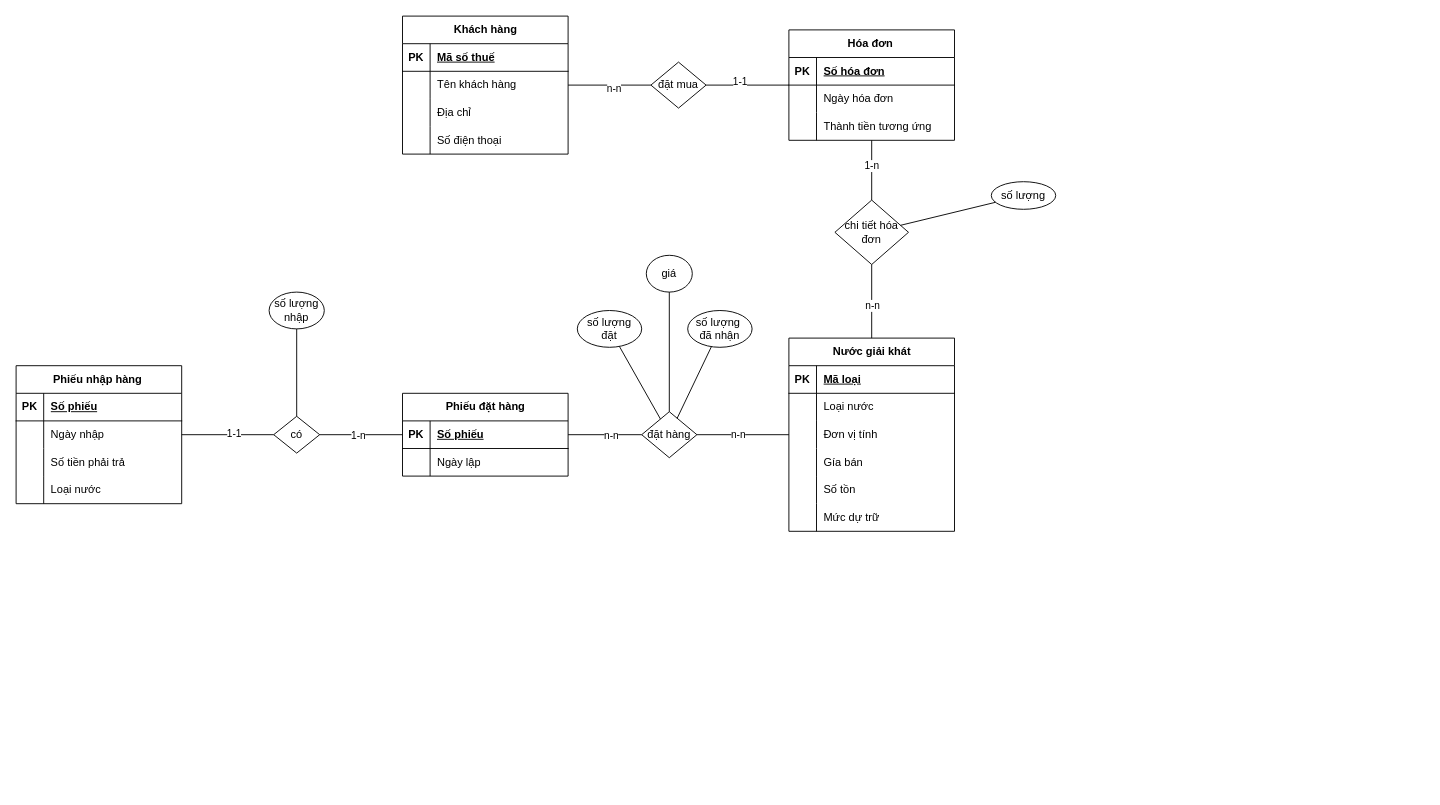
Above: page "LAB2_2" (2 of 4) of Database Diagram Practice.drawio in DatOneGuyL/DBMS_Exercises (draw.io), before the change. Source tidied: cells renumbered, new cells numbered last; positions are measured from the earlier drawing's top-left corner, leaving out a move shared by most shapes. Both pictures are drawn from the tidied source at 92%, with x=0, y=0 at pixel (16, 16).
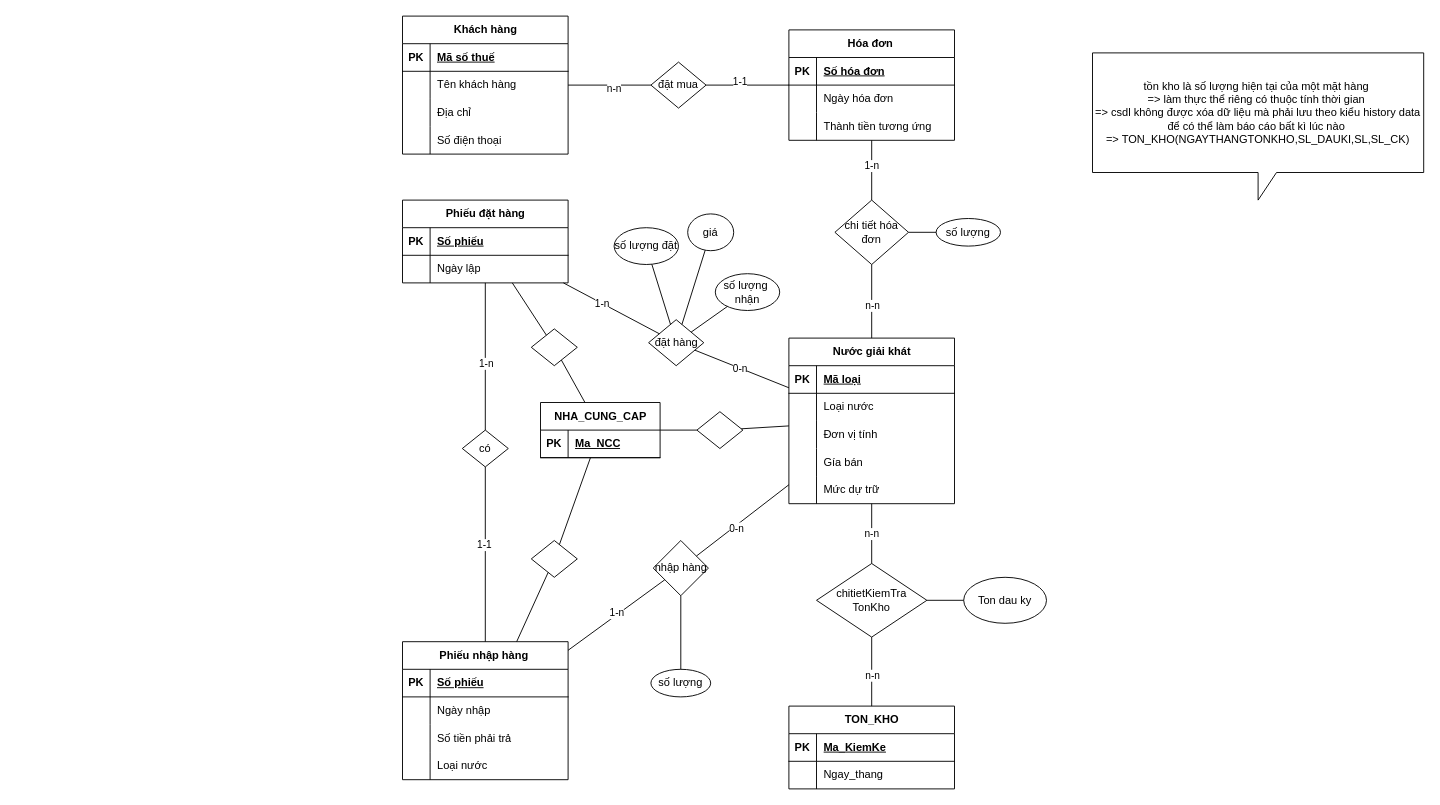
Above is the later version.

The change refers to these unchanged cells:
```xml
<mxCell id="77" style="endArrow=none;html=1;rounded=0;" parent="1" edge="1" source="56" target="76">
  <mxGeometry relative="1" as="geometry" />
</mxCell>
<mxCell id="79" style="endArrow=none;html=1;rounded=0;" parent="1" edge="1" source="76" target="2">
  <mxGeometry relative="1" as="geometry" />
</mxCell>
```

What changed in the source:
```diff
@@
     <mxCell id="2" value="Nước giải khát" style="shape=table;startSize=30;childLayout=tableLayout;rowLines=0;fontStyle=1;align=center;html=1;" parent="1" vertex="1">
-      <mxGeometry x="840" y="350" width="180" height="210" as="geometry" />
+      <mxGeometry x="840" y="350" width="180" height="180" as="geometry" />
     </mxCell>
@@
-    <mxCell id="15" style="shape=tableRow;horizontal=0;startSize=0;swimlaneHead=0;swimlaneBody=0;fillColor=none;top=0;left=0;right=0;bottom=0;" parent="2" vertex="1">
-      <mxGeometry y="150" width="180" height="30" as="geometry" />
-    </mxCell>
-    <mxCell id="16" style="shape=partialRectangle;fillColor=none;top=0;left=0;bottom=0;right=0;overflow=hidden;whiteSpace=wrap;html=1;" parent="15" vertex="1">
-      <mxGeometry width="30" height="30" as="geometry" />
-    </mxCell>
-    <mxCell id="17" value="Số tồn" style="shape=partialRectangle;fillColor=none;top=0;left=0;bottom=0;right=0;align=left;spacingLeft=6;overflow=hidden;whiteSpace=wrap;html=1;" parent="15" vertex="1">
-      <mxGeometry x="30" width="150" height="30" as="geometry" />
-    </mxCell>
     <mxCell id="18" style="shape=tableRow;horizontal=0;startSize=0;swimlaneHead=0;swimlaneBody=0;fillColor=none;top=0;left=0;right=0;bottom=0;" parent="2" vertex="1">
-      <mxGeometry y="180" width="180" height="30" as="geometry" />
+      <mxGeometry y="150" width="180" height="30" as="geometry" />
     </mxCell>
@@
     <mxCell id="54" value="số lượng" style="ellipse;whiteSpace=wrap;html=1;" parent="1" vertex="1">
-      <mxGeometry x="1060" y="180" width="70" height="30" as="geometry" />
+      <mxGeometry x="1000" y="220" width="70" height="30" as="geometry" />
     </mxCell>
@@
     <mxCell id="56" value="Phiếu đặt hàng" style="shape=table;startSize=30;childLayout=tableLayout;rowLines=0;fontStyle=1;align=center;html=1;" parent="1" vertex="1">
-      <mxGeometry x="420" y="410" width="180" height="90" as="geometry" />
+      <mxGeometry x="420" y="200" width="180" height="90" as="geometry" />
     </mxCell>
@@
     <mxCell id="63" value="Phiếu nhập hàng&amp;nbsp;" style="shape=table;startSize=30;childLayout=tableLayout;rowLines=0;fontStyle=1;align=center;html=1;" parent="1" vertex="1">
-      <mxGeometry y="380" width="180" height="150" as="geometry" />
+      <mxGeometry x="420" y="680" width="180" height="150" as="geometry" />
     </mxCell>
@@
     <mxCell id="76" value="đặt hàng" style="shape=rhombus;html=1;dashed=0;whiteSpace=wrap;perimeter=rhombusPerimeter;" parent="1" vertex="1">
-      <mxGeometry x="680" y="430" width="60" height="50" as="geometry" />
+      <mxGeometry x="687.5" y="330" width="60" height="50" as="geometry" />
     </mxCell>
@@
-    <mxCell id="78" value="n-n" style="edgeLabel;html=1;align=center;verticalAlign=middle;" parent="77" vertex="1">
-      <mxGeometry x="0.16" relative="1" as="geometry" />
-    </mxCell>
+    <mxCell id="94" value="1-n" style="edgeLabel;html=1;align=center;verticalAlign=middle;" parent="77" vertex="1">
+      <mxGeometry x="-0.2" relative="1" as="geometry" />
+    </mxCell>
@@
-    <mxCell id="80" value="n-n" style="edgeLabel;html=1;align=center;verticalAlign=middle;" parent="79" vertex="1">
-      <mxGeometry x="-0.13" y="1" relative="1" as="geometry" />
-    </mxCell>
+    <mxCell id="95" value="0-n" style="edgeLabel;html=1;align=center;verticalAlign=middle;" parent="79" vertex="1">
+      <mxGeometry x="-0.06" relative="1" as="geometry" />
+    </mxCell>
     <mxCell id="81" value="có" style="shape=rhombus;html=1;dashed=0;whiteSpace=wrap;perimeter=rhombusPerimeter;" parent="1" vertex="1">
-      <mxGeometry x="280" y="435" width="50" height="40" as="geometry" />
+      <mxGeometry x="485" y="450" width="50" height="40" as="geometry" />
     </mxCell>
@@
-    <mxCell id="86" value="số lượng&lt;div&gt;nhập&lt;/div&gt;" style="ellipse;whiteSpace=wrap;html=1;" parent="1" vertex="1">
-      <mxGeometry x="275" y="300" width="60" height="40" as="geometry" />
-    </mxCell>
-    <mxCell id="87" style="endArrow=none;html=1;rounded=0;" parent="1" edge="1" source="86" target="81">
-      <mxGeometry relative="1" as="geometry" />
-    </mxCell>
-    <mxCell id="88" value="số lượng&lt;div&gt;đặt&lt;/div&gt;" style="ellipse;whiteSpace=wrap;html=1;" parent="1" vertex="1">
-      <mxGeometry x="610" y="320" width="70" height="40" as="geometry" />
-    </mxCell>
-    <mxCell id="89" style="endArrow=none;html=1;rounded=0;" parent="1" edge="1" source="76" target="88">
-      <mxGeometry relative="1" as="geometry" />
-    </mxCell>
-    <mxCell id="90" value="số lượng&amp;nbsp;&lt;div&gt;đã nhận&lt;/div&gt;" style="ellipse;whiteSpace=wrap;html=1;" parent="1" vertex="1">
-      <mxGeometry x="730" y="320" width="70" height="40" as="geometry" />
+    <mxCell id="90" value="số lượng&amp;nbsp;&lt;div&gt;nhận&lt;/div&gt;" style="ellipse;whiteSpace=wrap;html=1;" parent="1" vertex="1">
+      <mxGeometry x="760" y="280" width="70" height="40" as="geometry" />
     </mxCell>
@@
     <mxCell id="92" value="giá" style="ellipse;whiteSpace=wrap;html=1;" parent="1" vertex="1">
-      <mxGeometry x="685" y="260" width="50" height="40" as="geometry" />
+      <mxGeometry x="730" y="215" width="50" height="40" as="geometry" />
     </mxCell>
@@
+    <mxCell id="96" value="nhập hàng" style="rhombus;whiteSpace=wrap;html=1;" parent="1" vertex="1">
+      <mxGeometry x="692.5" y="570" width="60" height="60" as="geometry" />
+    </mxCell>
+    <mxCell id="97" style="endArrow=none;html=1;rounded=0;" parent="1" edge="1" source="96" target="2">
+      <mxGeometry relative="1" as="geometry" />
+    </mxCell>
+    <mxCell id="98" value="0-n" style="edgeLabel;html=1;align=center;verticalAlign=middle;" parent="97" vertex="1">
+      <mxGeometry x="-0.16" y="-2" relative="1" as="geometry" />
+    </mxCell>
+    <mxCell id="99" style="endArrow=none;html=1;rounded=0;" parent="1" edge="1" source="63" target="96">
+      <mxGeometry relative="1" as="geometry" />
+    </mxCell>
+    <mxCell id="100" value="1-n" style="edgeLabel;html=1;align=center;verticalAlign=middle;" parent="99" vertex="1">
+      <mxGeometry x="0.03" y="2" relative="1" as="geometry" />
+    </mxCell>
+    <mxCell id="88" value="số lượng đặt" style="ellipse;whiteSpace=wrap;html=1;" parent="1" vertex="1">
+      <mxGeometry x="650" y="230" width="70" height="40" as="geometry" />
+    </mxCell>
+    <mxCell id="89" style="endArrow=none;html=1;rounded=0;" parent="1" edge="1" source="76" target="88">
+      <mxGeometry relative="1" as="geometry" />
+    </mxCell>
+    <mxCell id="101" value="số lượng" style="ellipse;whiteSpace=wrap;html=1;" parent="1" vertex="1">
+      <mxGeometry x="690" y="710" width="65" height="30" as="geometry" />
+    </mxCell>
+    <mxCell id="102" style="endArrow=none;html=1;rounded=0;" parent="1" edge="1" source="101" target="96">
+      <mxGeometry relative="1" as="geometry" />
+    </mxCell>
+    <mxCell id="103" value="tồn kho là số lượng hiện tại của một mặt hàng&amp;nbsp;&lt;div&gt;=&amp;gt; làm thực thể riêng có thuộc tính thời gian&amp;nbsp;&lt;br&gt;=&amp;gt; csdl không được xóa dữ liệu mà phải lưu theo kiểu history data để có thể làm báo cáo bất kì lúc nào&amp;nbsp;&lt;/div&gt;&lt;div&gt;=&amp;gt; TON_KHO(NGAYTHANGTONKHO,SL_DAUKI,SL,SL_CK)&lt;/div&gt;" style="shape=callout;whiteSpace=wrap;html=1;perimeter=calloutPerimeter;" parent="1" vertex="1">
+      <mxGeometry x="1170" y="40" width="360" height="160" as="geometry" />
+    </mxCell>
+    <mxCell id="104" value="TON_KHO" style="shape=table;startSize=30;childLayout=tableLayout;rowLines=0;fontStyle=1;align=center;html=1;" parent="1" vertex="1">
+      <mxGeometry x="840" y="750" width="180" height="90" as="geometry" />
+    </mxCell>
+    <mxCell id="105" style="shape=tableRow;horizontal=0;startSize=0;swimlaneHead=0;swimlaneBody=0;fillColor=none;top=0;left=0;right=0;bottom=1;" parent="104" vertex="1">
+      <mxGeometry y="30" width="180" height="30" as="geometry" />
+    </mxCell>
+    <mxCell id="106" value="PK" style="shape=partialRectangle;fillColor=none;top=0;left=0;bottom=0;right=0;fontStyle=1;overflow=hidden;whiteSpace=wrap;html=1;" parent="105" vertex="1">
+      <mxGeometry width="30" height="30" as="geometry" />
+    </mxCell>
+    <mxCell id="107" value="Ma_KiemKe" style="shape=partialRectangle;fillColor=none;top=0;left=0;bottom=0;right=0;align=left;spacingLeft=6;fontStyle=5;overflow=hidden;whiteSpace=wrap;html=1;" parent="105" vertex="1">
+      <mxGeometry x="30" width="150" height="30" as="geometry" />
+    </mxCell>
+    <mxCell id="108" style="shape=tableRow;horizontal=0;startSize=0;swimlaneHead=0;swimlaneBody=0;fillColor=none;top=0;left=0;right=0;bottom=0;" parent="104" vertex="1">
+      <mxGeometry y="60" width="180" height="30" as="geometry" />
+    </mxCell>
+    <mxCell id="16" style="shape=partialRectangle;fillColor=none;top=0;left=0;bottom=0;right=0;overflow=hidden;whiteSpace=wrap;html=1;" parent="108" vertex="1">
+      <mxGeometry width="30" height="30" as="geometry" />
+    </mxCell>
+    <mxCell id="109" value="Ngay_thang" style="shape=partialRectangle;fillColor=none;top=0;left=0;bottom=0;right=0;align=left;spacingLeft=6;overflow=hidden;whiteSpace=wrap;html=1;" parent="108" vertex="1">
+      <mxGeometry x="30" width="150" height="30" as="geometry" />
+    </mxCell>
+    <mxCell id="110" value="chitietKiemTra&lt;div&gt;TonKho&lt;/div&gt;" style="shape=rhombus;html=1;dashed=0;whiteSpace=wrap;perimeter=rhombusPerimeter;" parent="1" vertex="1">
+      <mxGeometry x="870" y="595" width="120" height="80" as="geometry" />
+    </mxCell>
+    <mxCell id="111" style="endArrow=none;html=1;rounded=0;" parent="1" edge="1" source="110" target="2">
+      <mxGeometry relative="1" as="geometry" />
+    </mxCell>
+    <mxCell id="112" value="n-n" style="edgeLabel;html=1;align=center;verticalAlign=middle;" parent="111" vertex="1">
+      <mxGeometry x="0.03" y="1" relative="1" as="geometry" />
+    </mxCell>
+    <mxCell id="113" style="endArrow=none;html=1;rounded=0;" parent="1" edge="1" source="104" target="110">
+      <mxGeometry relative="1" as="geometry" />
+    </mxCell>
+    <mxCell id="114" value="n-n" style="edgeLabel;html=1;align=center;verticalAlign=middle;" parent="113" vertex="1">
+      <mxGeometry x="-0.09" relative="1" as="geometry" />
+    </mxCell>
+    <mxCell id="115" value="Ton dau ky" style="ellipse;whiteSpace=wrap;html=1;" parent="1" vertex="1">
+      <mxGeometry x="1030" y="610" width="90" height="50" as="geometry" />
+    </mxCell>
+    <mxCell id="116" style="endArrow=none;html=1;rounded=0;" parent="1" edge="1" source="110" target="115">
+      <mxGeometry relative="1" as="geometry" />
+    </mxCell>
+    <mxCell id="117" value="NHA_CUNG_CAP" style="shape=table;startSize=30;childLayout=tableLayout;rowLines=0;fontStyle=1;align=center;html=1;" parent="1" vertex="1">
+      <mxGeometry x="570" y="420" width="130" height="60" as="geometry" />
+    </mxCell>
+    <mxCell id="118" style="shape=tableRow;horizontal=0;startSize=0;swimlaneHead=0;swimlaneBody=0;fillColor=none;top=0;left=0;right=0;bottom=1;" parent="117" vertex="1">
+      <mxGeometry y="30" width="130" height="30" as="geometry" />
+    </mxCell>
+    <mxCell id="119" value="PK" style="shape=partialRectangle;fillColor=none;top=0;left=0;bottom=0;right=0;fontStyle=1;overflow=hidden;whiteSpace=wrap;html=1;" parent="118" vertex="1">
+      <mxGeometry width="30" height="30" as="geometry" />
+    </mxCell>
+    <mxCell id="120" value="Ma_NCC" style="shape=partialRectangle;fillColor=none;top=0;left=0;bottom=0;right=0;align=left;spacingLeft=6;fontStyle=5;overflow=hidden;whiteSpace=wrap;html=1;" parent="118" vertex="1">
+      <mxGeometry x="30" width="100" height="30" as="geometry" />
+    </mxCell>
+    <mxCell id="121" style="rhombus;whiteSpace=wrap;html=1;" parent="1" vertex="1">
+      <mxGeometry x="560" y="340" width="50" height="40" as="geometry" />
+    </mxCell>
+    <mxCell id="122" style="rhombus;whiteSpace=wrap;html=1;" parent="1" vertex="1">
+      <mxGeometry x="560" y="570" width="50" height="40" as="geometry" />
+    </mxCell>
+    <mxCell id="123" style="rhombus;whiteSpace=wrap;html=1;" parent="1" vertex="1">
+      <mxGeometry x="740" y="430" width="50" height="40" as="geometry" />
+    </mxCell>
+    <mxCell id="124" style="endArrow=none;html=1;rounded=0;" parent="1" edge="1" source="122" target="117">
+      <mxGeometry relative="1" as="geometry" />
+    </mxCell>
+    <mxCell id="125" style="endArrow=none;html=1;rounded=0;" parent="1" edge="1" source="117" target="121">
+      <mxGeometry relative="1" as="geometry" />
+    </mxCell>
+    <mxCell id="126" style="endArrow=none;html=1;rounded=0;" parent="1" edge="1" source="121" target="56">
+      <mxGeometry relative="1" as="geometry" />
+    </mxCell>
+    <mxCell id="127" style="endArrow=none;html=1;rounded=0;" parent="1" edge="1" source="123" target="2">
+      <mxGeometry relative="1" as="geometry" />
+    </mxCell>
+    <mxCell id="128" style="endArrow=none;html=1;rounded=0;" parent="1" edge="1" source="63" target="122">
+      <mxGeometry relative="1" as="geometry" />
+    </mxCell>
+    <mxCell id="129" style="endArrow=none;html=1;rounded=0;" parent="1" edge="1" source="117" target="123">
+      <mxGeometry relative="1" as="geometry" />
+    </mxCell>
```
